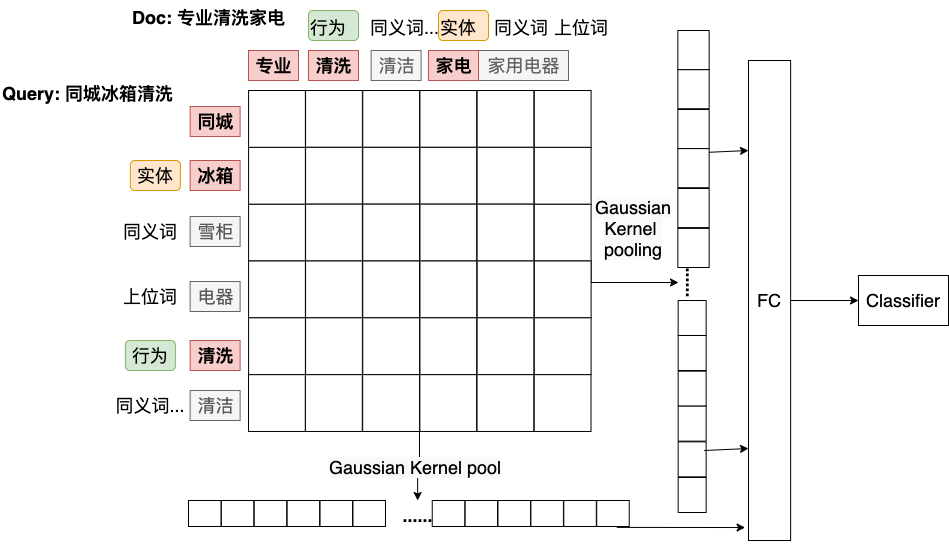
Above: Untitled Diagram.png in gouxute/leetcode (draw.io), before the change. Source tidied: cells renumbered, new cells last; positions are measured from the earlier drawing's top-left corner, leaving out a move shared by most shapes.
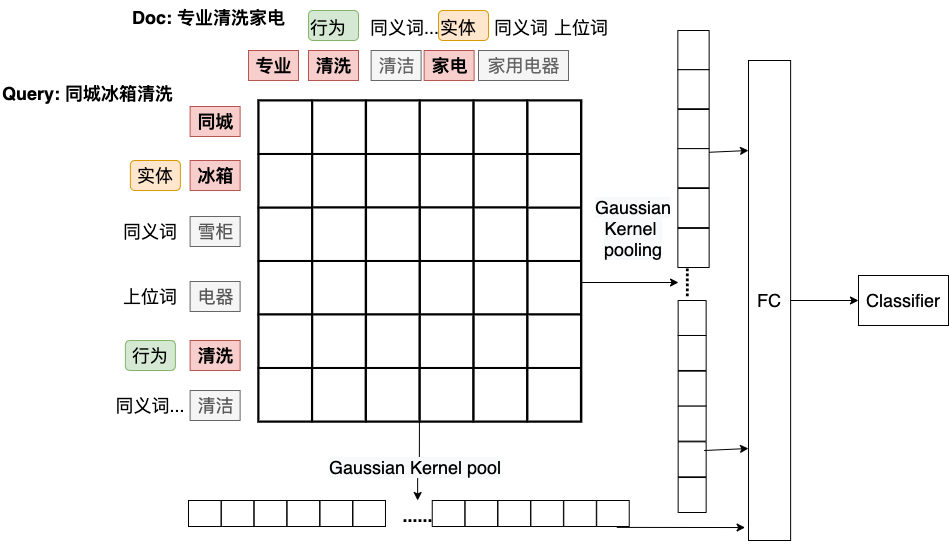
Above is the later version.

Diff of the diagram source:
```diff
@@ -63,7 +63,7 @@
       <mxGeometry x="552" y="10" width="60" height="30" as="geometry" />
     </mxCell>
     <mxCell id="22" value="家电" style="text;html=1;align=center;verticalAlign=middle;fontSize=18;fillColor=#f8cecc;strokeColor=#b85450;fontStyle=1;" parent="1" vertex="1">
-      <mxGeometry x="428" y="50" width="50" height="30" as="geometry" />
+      <mxGeometry x="423.6" y="50" width="50" height="30" as="geometry" />
     </mxCell>
     <mxCell id="23" value="&lt;font style=&quot;font-size: 18px&quot;&gt;专业&lt;br&gt;&lt;/font&gt;" style="text;html=1;align=center;verticalAlign=middle;fontSize=18;fillColor=#f8cecc;strokeColor=#b85450;fontStyle=1;" parent="1" vertex="1">
       <mxGeometry x="248" y="50" width="50" height="30" as="geometry" />
@@ -89,116 +89,116 @@
     <mxCell id="30" value="&lt;div style=&quot;text-align: center&quot;&gt;&lt;font face=&quot;helvetica&quot;&gt;&lt;b&gt;Query: 同城冰箱清洗&lt;/b&gt;&lt;/font&gt;&lt;/div&gt;" style="text;whiteSpace=wrap;html=1;fontSize=18;labelBackgroundColor=none;" parent="1" vertex="1">
       <mxGeometry x="0.3" y="76" width="198.8" height="30" as="geometry" />
     </mxCell>
-    <mxCell id="31" style="group;" parent="1" vertex="1">
-      <mxGeometry x="248" y="90" width="343" height="341" as="geometry" />
+    <mxCell id="31" style="group;strokeWidth=2;strokeColor=#000000;" parent="1" vertex="1">
+      <mxGeometry x="258" y="100" width="322.9" height="321" as="geometry" />
     </mxCell>
-    <mxCell id="32" style="whiteSpace=wrap;html=1;" parent="31" vertex="1">
-      <mxGeometry x="57.1" width="56.8" height="56.8" as="geometry" />
+    <mxCell id="32" style="whiteSpace=wrap;html=1;strokeWidth=2;" parent="31" vertex="1">
+      <mxGeometry x="53.7" width="53.5" height="53.5" as="geometry" />
     </mxCell>
-    <mxCell id="33" style="whiteSpace=wrap;html=1;" parent="31" vertex="1">
-      <mxGeometry x="114.3" width="56.8" height="56.8" as="geometry" />
+    <mxCell id="33" style="whiteSpace=wrap;html=1;strokeWidth=2;" parent="31" vertex="1">
+      <mxGeometry x="107.6" width="53.5" height="53.5" as="geometry" />
     </mxCell>
-    <mxCell id="34" style="whiteSpace=wrap;html=1;" parent="31" vertex="1">
-      <mxGeometry x="171.4" width="56.8" height="56.8" as="geometry" />
+    <mxCell id="34" style="whiteSpace=wrap;html=1;strokeWidth=2;" parent="31" vertex="1">
+      <mxGeometry x="161.4" width="53.5" height="53.5" as="geometry" />
     </mxCell>
-    <mxCell id="35" style="whiteSpace=wrap;html=1;" parent="31" vertex="1">
-      <mxGeometry x="57.1" y="56.8" width="56.8" height="56.8" as="geometry" />
+    <mxCell id="35" style="whiteSpace=wrap;html=1;strokeWidth=2;" parent="31" vertex="1">
+      <mxGeometry x="53.7" y="53.5" width="53.5" height="53.5" as="geometry" />
     </mxCell>
-    <mxCell id="36" style="whiteSpace=wrap;html=1;" parent="31" vertex="1">
-      <mxGeometry x="114.3" y="56.8" width="56.8" height="56.8" as="geometry" />
+    <mxCell id="36" style="whiteSpace=wrap;html=1;strokeWidth=2;" parent="31" vertex="1">
+      <mxGeometry x="107.6" y="53.5" width="53.5" height="53.5" as="geometry" />
     </mxCell>
-    <mxCell id="37" style="whiteSpace=wrap;html=1;" parent="31" vertex="1">
-      <mxGeometry x="171.4" y="56.8" width="56.8" height="56.8" as="geometry" />
+    <mxCell id="37" style="whiteSpace=wrap;html=1;strokeWidth=2;" parent="31" vertex="1">
+      <mxGeometry x="161.4" y="53.5" width="53.5" height="53.5" as="geometry" />
     </mxCell>
-    <mxCell id="38" style="whiteSpace=wrap;html=1;" parent="31" vertex="1">
-      <mxGeometry x="171.4" y="113.7" width="56.8" height="56.8" as="geometry" />
+    <mxCell id="38" style="whiteSpace=wrap;html=1;strokeWidth=2;" parent="31" vertex="1">
+      <mxGeometry x="161.4" y="107" width="53.5" height="53.5" as="geometry" />
     </mxCell>
-    <mxCell id="39" style="whiteSpace=wrap;html=1;" parent="31" vertex="1">
-      <mxGeometry x="114.3" y="113.7" width="56.8" height="56.8" as="geometry" />
+    <mxCell id="39" style="whiteSpace=wrap;html=1;strokeWidth=2;" parent="31" vertex="1">
+      <mxGeometry x="107.6" y="107" width="53.5" height="53.5" as="geometry" />
     </mxCell>
-    <mxCell id="40" style="whiteSpace=wrap;html=1;" parent="31" vertex="1">
-      <mxGeometry x="57.1" y="113.7" width="56.8" height="56.8" as="geometry" />
+    <mxCell id="40" style="whiteSpace=wrap;html=1;strokeWidth=2;" parent="31" vertex="1">
+      <mxGeometry x="53.7" y="107" width="53.5" height="53.5" as="geometry" />
     </mxCell>
-    <mxCell id="41" style="whiteSpace=wrap;html=1;" parent="31" vertex="1">
-      <mxGeometry x="228.6" width="56.8" height="56.8" as="geometry" />
+    <mxCell id="41" style="whiteSpace=wrap;html=1;strokeWidth=2;" parent="31" vertex="1">
+      <mxGeometry x="215.2" width="53.5" height="53.5" as="geometry" />
     </mxCell>
-    <mxCell id="42" style="whiteSpace=wrap;html=1;" parent="31" vertex="1">
-      <mxGeometry x="228.6" y="56.8" width="56.8" height="56.8" as="geometry" />
+    <mxCell id="42" style="whiteSpace=wrap;html=1;strokeWidth=2;" parent="31" vertex="1">
+      <mxGeometry x="215.2" y="53.5" width="53.5" height="53.5" as="geometry" />
     </mxCell>
-    <mxCell id="43" style="whiteSpace=wrap;html=1;" parent="31" vertex="1">
-      <mxGeometry x="228.6" y="113.7" width="56.8" height="56.8" as="geometry" />
+    <mxCell id="43" style="whiteSpace=wrap;html=1;strokeWidth=2;" parent="31" vertex="1">
+      <mxGeometry x="215.2" y="107" width="53.5" height="53.5" as="geometry" />
     </mxCell>
-    <mxCell id="44" style="whiteSpace=wrap;html=1;" parent="31" vertex="1">
-      <mxGeometry x="285.8" y="113.7" width="56.8" height="56.8" as="geometry" />
+    <mxCell id="44" style="whiteSpace=wrap;html=1;strokeWidth=2;" parent="31" vertex="1">
+      <mxGeometry x="269" y="107" width="53.5" height="53.5" as="geometry" />
     </mxCell>
-    <mxCell id="45" style="whiteSpace=wrap;html=1;" parent="31" vertex="1">
-      <mxGeometry x="285.8" y="170.5" width="56.8" height="56.8" as="geometry" />
+    <mxCell id="45" style="whiteSpace=wrap;html=1;strokeWidth=2;" parent="31" vertex="1">
+      <mxGeometry x="269" y="160.5" width="53.5" height="53.5" as="geometry" />
     </mxCell>
-    <mxCell id="46" style="whiteSpace=wrap;html=1;" parent="31" vertex="1">
-      <mxGeometry x="228.6" y="170.5" width="56.8" height="56.8" as="geometry" />
+    <mxCell id="46" style="whiteSpace=wrap;html=1;strokeWidth=2;" parent="31" vertex="1">
+      <mxGeometry x="215.2" y="160.5" width="53.5" height="53.5" as="geometry" />
     </mxCell>
-    <mxCell id="47" style="whiteSpace=wrap;html=1;" parent="31" vertex="1">
-      <mxGeometry x="171.4" y="170.5" width="56.8" height="56.8" as="geometry" />
+    <mxCell id="47" style="whiteSpace=wrap;html=1;strokeWidth=2;" parent="31" vertex="1">
+      <mxGeometry x="161.4" y="160.5" width="53.5" height="53.5" as="geometry" />
     </mxCell>
-    <mxCell id="48" style="whiteSpace=wrap;html=1;" parent="31" vertex="1">
-      <mxGeometry x="114.3" y="170.5" width="56.8" height="56.8" as="geometry" />
+    <mxCell id="48" style="whiteSpace=wrap;html=1;strokeWidth=2;" parent="31" vertex="1">
+      <mxGeometry x="107.6" y="160.5" width="53.5" height="53.5" as="geometry" />
     </mxCell>
-    <mxCell id="49" style="whiteSpace=wrap;html=1;" parent="31" vertex="1">
-      <mxGeometry x="57.1" y="170.5" width="56.8" height="56.8" as="geometry" />
+    <mxCell id="49" style="whiteSpace=wrap;html=1;strokeWidth=2;" parent="31" vertex="1">
+      <mxGeometry x="53.7" y="160.5" width="53.5" height="53.5" as="geometry" />
     </mxCell>
-    <mxCell id="50" style="whiteSpace=wrap;html=1;" parent="31" vertex="1">
-      <mxGeometry x="57.1" y="227.3" width="56.8" height="56.8" as="geometry" />
+    <mxCell id="50" style="whiteSpace=wrap;html=1;strokeWidth=2;" parent="31" vertex="1">
+      <mxGeometry x="53.7" y="214" width="53.5" height="53.5" as="geometry" />
     </mxCell>
-    <mxCell id="51" style="whiteSpace=wrap;html=1;" parent="31" vertex="1">
-      <mxGeometry x="114.3" y="227.3" width="56.8" height="56.8" as="geometry" />
+    <mxCell id="51" style="whiteSpace=wrap;html=1;strokeWidth=2;" parent="31" vertex="1">
+      <mxGeometry x="107.6" y="214" width="53.5" height="53.5" as="geometry" />
     </mxCell>
-    <mxCell id="52" style="whiteSpace=wrap;html=1;" parent="31" vertex="1">
-      <mxGeometry x="171.4" y="227.3" width="56.8" height="56.8" as="geometry" />
+    <mxCell id="52" style="whiteSpace=wrap;html=1;strokeWidth=2;" parent="31" vertex="1">
+      <mxGeometry x="161.4" y="214" width="53.5" height="53.5" as="geometry" />
     </mxCell>
-    <mxCell id="53" style="whiteSpace=wrap;html=1;" parent="31" vertex="1">
-      <mxGeometry x="228.6" y="227.3" width="56.8" height="56.8" as="geometry" />
+    <mxCell id="53" style="whiteSpace=wrap;html=1;strokeWidth=2;" parent="31" vertex="1">
+      <mxGeometry x="215.2" y="214" width="53.5" height="53.5" as="geometry" />
     </mxCell>
-    <mxCell id="54" style="whiteSpace=wrap;html=1;" parent="31" vertex="1">
-      <mxGeometry x="285.8" y="227.3" width="56.8" height="56.8" as="geometry" />
+    <mxCell id="54" style="whiteSpace=wrap;html=1;strokeWidth=2;" parent="31" vertex="1">
+      <mxGeometry x="269" y="214" width="53.5" height="53.5" as="geometry" />
     </mxCell>
-    <mxCell id="55" style="whiteSpace=wrap;html=1;" parent="31" vertex="1">
-      <mxGeometry x="285.8" y="56.8" width="56.8" height="56.8" as="geometry" />
+    <mxCell id="55" style="whiteSpace=wrap;html=1;strokeWidth=2;" parent="31" vertex="1">
+      <mxGeometry x="269" y="53.5" width="53.5" height="53.5" as="geometry" />
     </mxCell>
-    <mxCell id="56" style="whiteSpace=wrap;html=1;" parent="31" vertex="1">
-      <mxGeometry x="285.8" width="56.8" height="56.8" as="geometry" />
+    <mxCell id="56" style="whiteSpace=wrap;html=1;strokeWidth=2;" parent="31" vertex="1">
+      <mxGeometry x="269" width="53.5" height="53.5" as="geometry" />
     </mxCell>
-    <mxCell id="57" style="whiteSpace=wrap;html=1;" parent="31" vertex="1">
-      <mxGeometry x="0.1" y="113.7" width="56.8" height="56.8" as="geometry" />
+    <mxCell id="57" style="whiteSpace=wrap;html=1;strokeWidth=2;" parent="31" vertex="1">
+      <mxGeometry x="0.1" y="107" width="53.5" height="53.5" as="geometry" />
     </mxCell>
-    <mxCell id="58" style="whiteSpace=wrap;html=1;" parent="31" vertex="1">
-      <mxGeometry x="0.1" y="170.5" width="56.8" height="56.8" as="geometry" />
+    <mxCell id="58" style="whiteSpace=wrap;html=1;strokeWidth=2;" parent="31" vertex="1">
+      <mxGeometry x="0.1" y="160.5" width="53.5" height="53.5" as="geometry" />
     </mxCell>
-    <mxCell id="59" style="whiteSpace=wrap;html=1;" parent="31" vertex="1">
-      <mxGeometry x="0.1" y="227.3" width="56.8" height="56.8" as="geometry" />
+    <mxCell id="59" style="whiteSpace=wrap;html=1;strokeWidth=2;" parent="31" vertex="1">
+      <mxGeometry x="0.1" y="214" width="53.5" height="53.5" as="geometry" />
     </mxCell>
-    <mxCell id="60" style="whiteSpace=wrap;html=1;" parent="31" vertex="1">
-      <mxGeometry x="0.1" y="56.8" width="56.8" height="56.8" as="geometry" />
+    <mxCell id="60" style="whiteSpace=wrap;html=1;strokeWidth=2;" parent="31" vertex="1">
+      <mxGeometry x="0.1" y="53.5" width="53.5" height="53.5" as="geometry" />
     </mxCell>
-    <mxCell id="61" style="whiteSpace=wrap;html=1;" parent="31" vertex="1">
-      <mxGeometry x="0.1" width="56.8" height="56.8" as="geometry" />
+    <mxCell id="61" style="whiteSpace=wrap;html=1;strokeWidth=2;" parent="31" vertex="1">
+      <mxGeometry x="0.1" width="53.5" height="53.5" as="geometry" />
     </mxCell>
-    <mxCell id="62" style="whiteSpace=wrap;html=1;" parent="31" vertex="1">
-      <mxGeometry x="57" y="284.2" width="56.8" height="56.8" as="geometry" />
+    <mxCell id="62" style="whiteSpace=wrap;html=1;strokeWidth=2;" parent="31" vertex="1">
+      <mxGeometry x="53.7" y="267.5" width="53.5" height="53.5" as="geometry" />
     </mxCell>
-    <mxCell id="63" style="whiteSpace=wrap;html=1;" parent="31" vertex="1">
-      <mxGeometry x="114.2" y="284.2" width="56.8" height="56.8" as="geometry" />
+    <mxCell id="63" style="whiteSpace=wrap;html=1;strokeWidth=2;" parent="31" vertex="1">
+      <mxGeometry x="107.5" y="267.5" width="53.5" height="53.5" as="geometry" />
     </mxCell>
-    <mxCell id="64" style="whiteSpace=wrap;html=1;" parent="31" vertex="1">
-      <mxGeometry x="171.4" y="284.2" width="56.8" height="56.8" as="geometry" />
+    <mxCell id="64" style="whiteSpace=wrap;html=1;strokeWidth=2;" parent="31" vertex="1">
+      <mxGeometry x="161.3" y="267.5" width="53.5" height="53.5" as="geometry" />
     </mxCell>
-    <mxCell id="65" style="whiteSpace=wrap;html=1;" parent="31" vertex="1">
-      <mxGeometry x="228.5" y="284.2" width="56.8" height="56.8" as="geometry" />
+    <mxCell id="65" style="whiteSpace=wrap;html=1;strokeWidth=2;" parent="31" vertex="1">
+      <mxGeometry x="215.1" y="267.5" width="53.5" height="53.5" as="geometry" />
     </mxCell>
-    <mxCell id="66" style="whiteSpace=wrap;html=1;" parent="31" vertex="1">
-      <mxGeometry x="285.7" y="284.2" width="56.8" height="56.8" as="geometry" />
+    <mxCell id="66" style="whiteSpace=wrap;html=1;strokeWidth=2;" parent="31" vertex="1">
+      <mxGeometry x="269" y="267.5" width="53.5" height="53.5" as="geometry" />
     </mxCell>
-    <mxCell id="67" style="whiteSpace=wrap;html=1;" parent="31" vertex="1">
-      <mxGeometry y="284.2" width="56.8" height="56.8" as="geometry" />
+    <mxCell id="67" style="whiteSpace=wrap;html=1;strokeWidth=2;" parent="31" vertex="1">
+      <mxGeometry y="267.5" width="53.5" height="53.5" as="geometry" />
     </mxCell>
     <mxCell id="68" value="&lt;meta charset=&quot;utf-8&quot;&gt;&lt;span style=&quot;color: rgb(0, 0, 0); font-family: helvetica; font-size: 18px; font-style: normal; font-weight: 400; letter-spacing: normal; text-align: center; text-indent: 0px; text-transform: none; word-spacing: 0px; background-color: rgb(248, 249, 250); display: inline; float: none;&quot;&gt;Gaussian Kernel pool&lt;/span&gt;" style="text;whiteSpace=wrap;html=1;fontSize=18;" parent="1" vertex="1">
       <mxGeometry x="327.1" y="450" width="200" height="40" as="geometry" />
```
